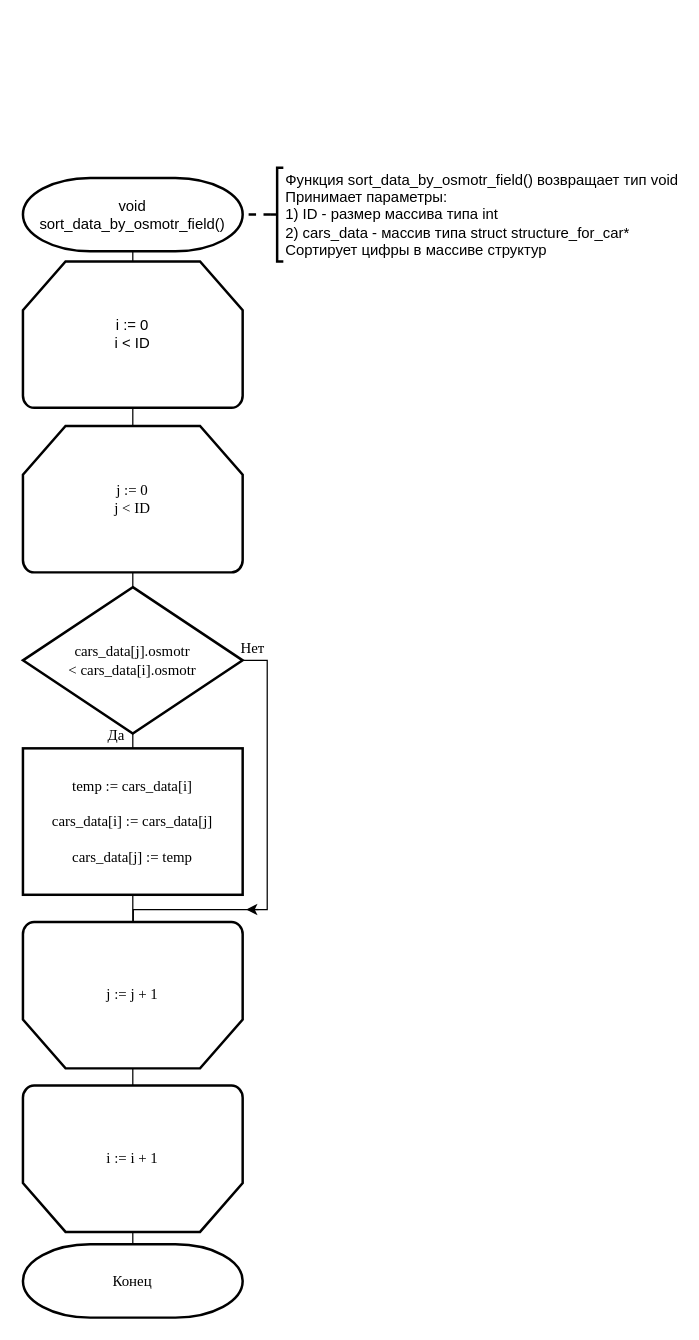
Above: labs/11/13/src/lab/menu/sort_data/osmotr_field_sort/osmotr_field_sort.drawio in bstu-ps4/bstu-oaip (draw.io), before the change. Source tidied: cells renumbered, new cells numbered last; positions are measured from the earlier drawing's top-left corner, leaving out a move shared by most shapes. Both pictures are drawn from the tidied source at 124%, with x=0, y=0 at pixel (22, 167).
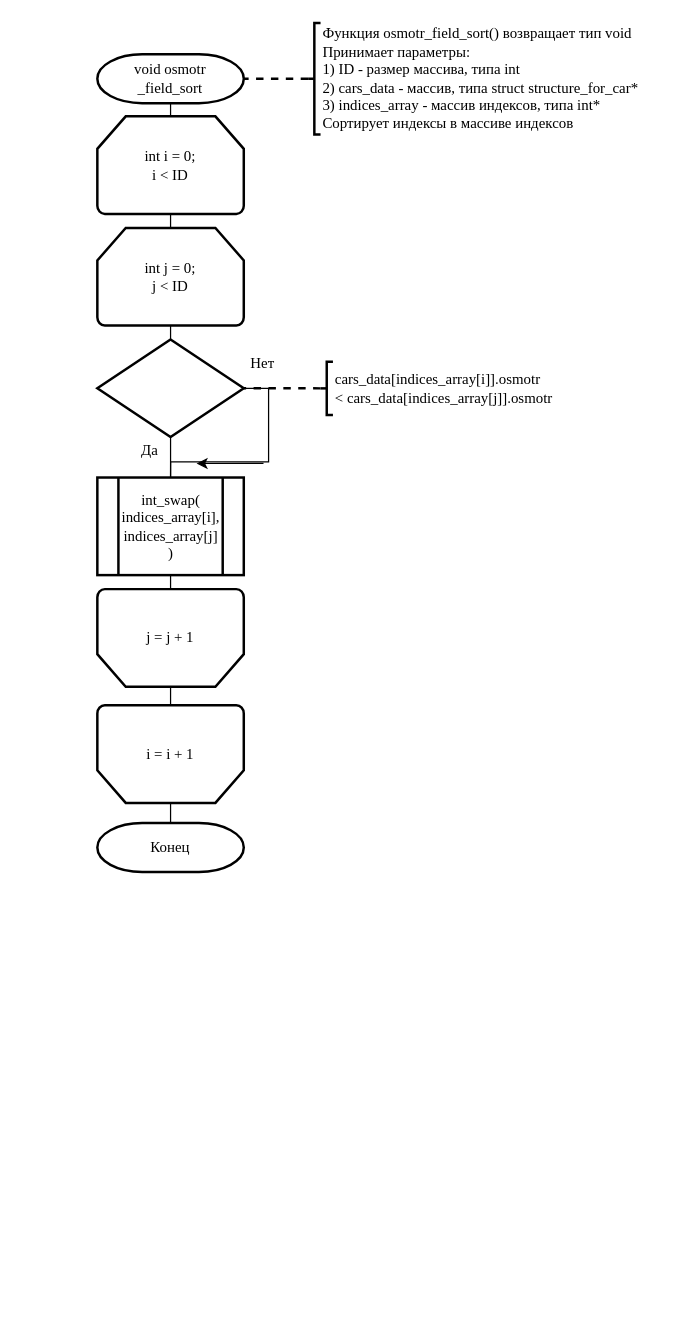
The same diagram, later.

Change to the diagram source:
```diff
@@
-    <mxCell id="2" style="edgeStyle=orthogonalEdgeStyle;rounded=0;jettySize=auto;html=1;exitX=0.5;exitY=1;exitDx=0;exitDy=0;exitPerimeter=0;entryX=0.5;entryY=0;entryDx=0;entryDy=0;entryPerimeter=0;endArrow=none;endFill=0;" parent="1" edge="1" source="3" target="8">
-      <mxGeometry relative="1" as="geometry" />
-    </mxCell>
-    <mxCell id="3" value="void &lt;br&gt;sort_data_by_osmotr_field()" style="strokeWidth=2;html=1;shape=mxgraph.flowchart.terminator;whiteSpace=wrap;" parent="1" vertex="1">
-      <mxGeometry y="8" width="177.2" height="59.1" as="geometry" />
-    </mxCell>
-    <mxCell id="4" value="&lt;font face=&quot;Times New Roman&quot;&gt;Конец&lt;/font&gt;" style="strokeWidth=2;html=1;shape=mxgraph.flowchart.terminator;whiteSpace=wrap;" parent="1" vertex="1">
-      <mxGeometry y="868" width="177.2" height="59.1" as="geometry" />
-    </mxCell>
-    <mxCell id="5" style="edgeStyle=orthogonalEdgeStyle;rounded=0;jettySize=auto;html=1;exitX=0;exitY=0.5;exitDx=0;exitDy=0;exitPerimeter=0;entryX=1;entryY=0.5;entryDx=0;entryDy=0;entryPerimeter=0;endArrow=none;endFill=0;dashed=1;strokeWidth=2;" parent="1" edge="1" source="6" target="3">
-      <mxGeometry relative="1" as="geometry" />
-    </mxCell>
-    <mxCell id="6" value="Функция&amp;nbsp;&lt;span style=&quot;text-align: center&quot;&gt;sort_data_by_osmotr_field() возвращает тип void&lt;br&gt;Принимает параметры:&lt;br&gt;1) ID - размер массива типа int&lt;br&gt;2) cars_data - массив типа struct structure_for_car*&lt;/span&gt;&lt;span style=&quot;text-align: center&quot;&gt;&lt;br&gt;&lt;/span&gt;&lt;span style=&quot;text-align: center&quot;&gt;Сортирует цифры в массиве структур&lt;br&gt;&lt;/span&gt;" style="strokeWidth=2;html=1;shape=mxgraph.flowchart.annotation_2;align=left;labelPosition=right;rounded=0;" parent="1" vertex="1">
-      <mxGeometry x="200" y="-0.3" width="10" height="75.6" as="geometry" />
-    </mxCell>
-    <mxCell id="7" style="edgeStyle=orthogonalEdgeStyle;rounded=0;jettySize=auto;html=1;exitX=0.5;exitY=1;exitDx=0;exitDy=0;exitPerimeter=0;entryX=0.5;entryY=0;entryDx=0;entryDy=0;entryPerimeter=0;endArrow=none;endFill=0;" parent="1" edge="1" source="8" target="10">
-      <mxGeometry relative="1" as="geometry" />
-    </mxCell>
-    <mxCell id="8" value="i := 0&lt;br&gt;i &amp;lt; ID" style="strokeWidth=2;html=1;shape=mxgraph.flowchart.loop_limit;whiteSpace=wrap;" parent="1" vertex="1">
-      <mxGeometry y="75.3" width="177.2" height="118.1" as="geometry" />
-    </mxCell>
-    <mxCell id="9" style="edgeStyle=orthogonalEdgeStyle;rounded=0;jettySize=auto;html=1;exitX=0.5;exitY=1;exitDx=0;exitDy=0;exitPerimeter=0;entryX=0.5;entryY=0;entryDx=0;entryDy=0;entryPerimeter=0;endArrow=none;endFill=0;" parent="1" edge="1" source="10" target="13">
-      <mxGeometry relative="1" as="geometry" />
-    </mxCell>
-    <mxCell id="10" value="&lt;font face=&quot;Times New Roman&quot;&gt;j := 0&lt;br&gt;j &amp;lt; ID&lt;/font&gt;" style="strokeWidth=2;html=1;shape=mxgraph.flowchart.loop_limit;whiteSpace=wrap;" parent="1" vertex="1">
-      <mxGeometry y="208" width="177.2" height="118.1" as="geometry" />
-    </mxCell>
-    <mxCell id="11" style="edgeStyle=orthogonalEdgeStyle;rounded=0;jettySize=auto;html=1;exitX=0.5;exitY=1;exitDx=0;exitDy=0;exitPerimeter=0;entryX=0.5;entryY=0;entryDx=0;entryDy=0;endArrow=none;endFill=0;" parent="1" edge="1" source="13" target="15">
-      <mxGeometry relative="1" as="geometry" />
-    </mxCell>
-    <mxCell id="12" style="edgeStyle=orthogonalEdgeStyle;rounded=0;jettySize=auto;html=1;exitX=1;exitY=0.5;exitDx=0;exitDy=0;exitPerimeter=0;endArrow=none;endFill=0;" parent="1" edge="1" source="13" target="19">
-      <mxGeometry relative="1" as="geometry">
-        <Array as="points">
-          <mxPoint x="197" y="397" />
-          <mxPoint x="197" y="598" />
-          <mxPoint x="89" y="598" />
-        </Array>
-      </mxGeometry>
-    </mxCell>
-    <mxCell id="13" value="&lt;font face=&quot;Times New Roman&quot;&gt;cars_data[j].osmotr &lt;br&gt;&amp;lt; cars_data[i].osmotr&lt;/font&gt;" style="strokeWidth=2;html=1;shape=mxgraph.flowchart.decision;whiteSpace=wrap;" parent="1" vertex="1">
-      <mxGeometry y="338" width="177.2" height="118.1" as="geometry" />
-    </mxCell>
-    <mxCell id="14" style="edgeStyle=orthogonalEdgeStyle;rounded=0;jettySize=auto;html=1;exitX=0.5;exitY=1;exitDx=0;exitDy=0;entryX=0.5;entryY=1;entryDx=0;entryDy=0;entryPerimeter=0;endArrow=none;endFill=0;" parent="1" edge="1" source="15" target="19">
-      <mxGeometry relative="1" as="geometry" />
-    </mxCell>
-    <mxCell id="15" value="&lt;font face=&quot;Times New Roman&quot;&gt;temp := cars_data[i]&lt;br&gt;&lt;br&gt;cars_data[i] := cars_data[j]&lt;br&gt;&lt;br&gt;cars_data[j] := temp&lt;/font&gt;" style="rounded=0;whiteSpace=wrap;html=1;absoluteArcSize=1;arcSize=14;strokeWidth=2;" parent="1" vertex="1">
-      <mxGeometry y="468" width="177.2" height="118.1" as="geometry" />
-    </mxCell>
+    <mxCell id="23" style="edgeStyle=orthogonalEdgeStyle;rounded=0;jettySize=auto;html=1;exitX=0.5;exitY=1;exitDx=0;exitDy=0;exitPerimeter=0;entryX=0.5;entryY=0;entryDx=0;entryDy=0;entryPerimeter=0;endArrow=none;endFill=0;strokeWidth=1;fontFamily=Times New Roman;" parent="1" edge="1" source="24" target="26">
+      <mxGeometry relative="1" as="geometry" />
+    </mxCell>
+    <mxCell id="24" value="&lt;font face=&quot;Times New Roman&quot;&gt;void osmotr&lt;br&gt;_field_sort&lt;/font&gt;" style="strokeWidth=2;html=1;shape=mxgraph.flowchart.terminator;whiteSpace=wrap;" parent="1" vertex="1">
+      <mxGeometry x="60" y="-91.7" width="118.1" height="39.4" as="geometry" />
+    </mxCell>
+    <mxCell id="25" style="edgeStyle=orthogonalEdgeStyle;rounded=0;jettySize=auto;html=1;exitX=0.5;exitY=1;exitDx=0;exitDy=0;exitPerimeter=0;entryX=0.5;entryY=0;entryDx=0;entryDy=0;entryPerimeter=0;endArrow=none;endFill=0;strokeWidth=1;fontFamily=Times New Roman;" parent="1" edge="1" source="26" target="28">
+      <mxGeometry relative="1" as="geometry" />
+    </mxCell>
+    <mxCell id="26" value="&lt;font face=&quot;Times New Roman&quot;&gt;int i = 0;&lt;br&gt;i &amp;lt; ID&lt;/font&gt;" style="strokeWidth=2;html=1;shape=mxgraph.flowchart.loop_limit;whiteSpace=wrap;" parent="1" vertex="1">
+      <mxGeometry x="60" y="-41.7" width="118.1" height="78.7" as="geometry" />
+    </mxCell>
+    <mxCell id="27" style="edgeStyle=orthogonalEdgeStyle;rounded=0;jettySize=auto;html=1;exitX=0.5;exitY=1;exitDx=0;exitDy=0;exitPerimeter=0;entryX=0.5;entryY=0;entryDx=0;entryDy=0;entryPerimeter=0;fontFamily=Times New Roman;endArrow=none;endFill=0;" parent="1" edge="1" source="28" target="31">
+      <mxGeometry relative="1" as="geometry" />
+    </mxCell>
+    <mxCell id="28" value="int j = 0;&lt;br&gt;j &amp;lt; ID" style="strokeWidth=2;html=1;shape=mxgraph.flowchart.loop_limit;whiteSpace=wrap;fontFamily=Times New Roman;" parent="1" vertex="1">
+      <mxGeometry x="60" y="48.3" width="118.1" height="78.7" as="geometry" />
+    </mxCell>
+    <mxCell id="29" style="edgeStyle=orthogonalEdgeStyle;rounded=0;jettySize=auto;html=1;exitX=1;exitY=0.5;exitDx=0;exitDy=0;exitPerimeter=0;entryX=0.5;entryY=0;entryDx=0;entryDy=0;endArrow=none;endFill=0;fontFamily=Times New Roman;" parent="1" edge="1" source="31" target="39">
+      <mxGeometry relative="1" as="geometry" />
+    </mxCell>
+    <mxCell id="30" style="edgeStyle=orthogonalEdgeStyle;rounded=0;jettySize=auto;html=1;exitX=0.5;exitY=1;exitDx=0;exitDy=0;exitPerimeter=0;entryX=0.5;entryY=0;entryDx=0;entryDy=0;endArrow=none;endFill=0;fontFamily=Times New Roman;" parent="1" edge="1" source="31" target="39">
+      <mxGeometry relative="1" as="geometry" />
+    </mxCell>
+    <mxCell id="31" style="strokeWidth=2;html=1;shape=mxgraph.flowchart.decision;whiteSpace=wrap;" parent="1" vertex="1">
+      <mxGeometry x="60" y="138.3" width="118.1" height="78.7" as="geometry" />
+    </mxCell>
+    <mxCell id="32" style="edgeStyle=orthogonalEdgeStyle;rounded=0;jettySize=auto;html=1;exitX=0;exitY=0.5;exitDx=0;exitDy=0;exitPerimeter=0;entryX=1;entryY=0.5;entryDx=0;entryDy=0;entryPerimeter=0;endArrow=none;endFill=0;fontFamily=Times New Roman;dashed=1;strokeWidth=2;" parent="1" edge="1" source="33" target="31">
+      <mxGeometry relative="1" as="geometry" />
+    </mxCell>
+    <mxCell id="33" value="&lt;span style=&quot;text-align: center&quot;&gt;cars_data[indices_array[i]].osmotr&lt;br&gt;&amp;lt; cars_data[indices_array[j]].osmotr&lt;/span&gt;" style="strokeWidth=2;html=1;shape=mxgraph.flowchart.annotation_2;align=left;labelPosition=right;fontFamily=Times New Roman;" parent="1" vertex="1">
+      <mxGeometry x="240" y="156.2" width="10" height="43" as="geometry" />
+    </mxCell>
+    <mxCell id="34" style="edgeStyle=orthogonalEdgeStyle;rounded=0;jettySize=auto;html=1;exitX=0.5;exitY=0;exitDx=0;exitDy=0;exitPerimeter=0;entryX=0.5;entryY=1;entryDx=0;entryDy=0;entryPerimeter=0;endArrow=none;endFill=0;fontFamily=Times New Roman;" parent="1" edge="1" source="35" target="37">
+      <mxGeometry relative="1" as="geometry" />
+    </mxCell>
+    <mxCell id="35" value="&lt;font face=&quot;Times New Roman&quot;&gt;j = j + 1&lt;/font&gt;" style="strokeWidth=2;html=1;shape=mxgraph.flowchart.loop_limit;whiteSpace=wrap;flipV=1;" parent="1" vertex="1">
+      <mxGeometry x="60" y="339.6" width="118.1" height="78.7" as="geometry" />
+    </mxCell>
+    <mxCell id="36" style="edgeStyle=orthogonalEdgeStyle;rounded=0;jettySize=auto;html=1;exitX=0.5;exitY=0;exitDx=0;exitDy=0;exitPerimeter=0;entryX=0.5;entryY=0;entryDx=0;entryDy=0;entryPerimeter=0;endArrow=none;endFill=0;strokeWidth=1;fontFamily=Times New Roman;" parent="1" edge="1" source="37" target="4">
+      <mxGeometry relative="1" as="geometry" />
+    </mxCell>
+    <mxCell id="37" value="i = i + 1" style="strokeWidth=2;html=1;shape=mxgraph.flowchart.loop_limit;whiteSpace=wrap;fontFamily=Times New Roman;flipV=1;" parent="1" vertex="1">
+      <mxGeometry x="60" y="433.3" width="118.1" height="78.7" as="geometry" />
+    </mxCell>
+    <mxCell id="38" style="edgeStyle=orthogonalEdgeStyle;rounded=0;jettySize=auto;html=1;exitX=0.5;exitY=1;exitDx=0;exitDy=0;entryX=0.5;entryY=1;entryDx=0;entryDy=0;entryPerimeter=0;endArrow=none;endFill=0;fontFamily=Times New Roman;" parent="1" edge="1" source="39" target="35">
+      <mxGeometry relative="1" as="geometry" />
+    </mxCell>
+    <mxCell id="39" value="int_swap(&lt;br&gt;indices_array[i],&lt;br&gt;indices_array[j]&lt;br&gt;)" style="verticalLabelPosition=middle;verticalAlign=middle;html=1;shape=process;whiteSpace=wrap;rounded=0;size=0.14;arcSize=6;fontFamily=Times New Roman;strokeWidth=2;labelPosition=center;align=center;" parent="1" vertex="1">
+      <mxGeometry x="60" y="249.6" width="118.1" height="78.7" as="geometry" />
+    </mxCell>
-    <mxCell id="16" value="&lt;font face=&quot;Times New Roman&quot;&gt;Нет&lt;/font&gt;" style="text;html=1;align=center;verticalAlign=middle;" parent="1" vertex="1">
-      <mxGeometry x="170" y="378" width="30" height="20" as="geometry" />
+    <mxCell id="16" value="Нет" style="text;html=1;align=center;verticalAlign=middle;fontFamily=Times New Roman;" parent="1" vertex="1">
+      <mxGeometry x="178.1" y="148.3" width="30" height="20" as="geometry" />
     </mxCell>
-    <mxCell id="17" value="&lt;font face=&quot;Times New Roman&quot;&gt;Да&lt;/font&gt;" style="text;html=1;align=center;verticalAlign=middle;" parent="1" vertex="1">
-      <mxGeometry x="60" y="448" width="30" height="20" as="geometry" />
+    <mxCell id="17" value="Да" style="text;html=1;align=center;verticalAlign=middle;fontFamily=Times New Roman;" parent="1" vertex="1">
+      <mxGeometry x="87" y="218.2" width="30" height="20" as="geometry" />
     </mxCell>
-    <mxCell id="18" style="edgeStyle=orthogonalEdgeStyle;rounded=0;jettySize=auto;html=1;exitX=0.5;exitY=0;exitDx=0;exitDy=0;exitPerimeter=0;entryX=0.5;entryY=1;entryDx=0;entryDy=0;entryPerimeter=0;endArrow=none;endFill=0;" parent="1" edge="1" source="19" target="21">
-      <mxGeometry relative="1" as="geometry" />
-    </mxCell>
-    <mxCell id="19" value="&lt;font face=&quot;Times New Roman&quot;&gt;j := j + 1&lt;/font&gt;" style="strokeWidth=2;html=1;shape=mxgraph.flowchart.loop_limit;whiteSpace=wrap;flipV=1;" parent="1" vertex="1">
-      <mxGeometry y="608" width="177.2" height="118.1" as="geometry" />
-    </mxCell>
-    <mxCell id="20" style="edgeStyle=orthogonalEdgeStyle;rounded=0;jettySize=auto;html=1;exitX=0.5;exitY=0;exitDx=0;exitDy=0;exitPerimeter=0;entryX=0.5;entryY=0;entryDx=0;entryDy=0;entryPerimeter=0;endArrow=none;endFill=0;" parent="1" edge="1" source="21" target="4">
-      <mxGeometry relative="1" as="geometry" />
-    </mxCell>
-    <mxCell id="21" value="&lt;font face=&quot;Times New Roman&quot;&gt;i := i + 1&lt;/font&gt;" style="strokeWidth=2;html=1;shape=mxgraph.flowchart.loop_limit;whiteSpace=wrap;flipV=1;" parent="1" vertex="1">
-      <mxGeometry y="739.9" width="177.2" height="118.1" as="geometry" />
-    </mxCell>
-    <mxCell id="22" style="endArrow=classic;html=1;" parent="1" edge="1">
-      <mxGeometry relative="1" as="geometry">
-        <mxPoint x="190" y="598" as="sourcePoint" />
-        <mxPoint x="180" y="598" as="targetPoint" />
-      </mxGeometry>
-    </mxCell>
+    <mxCell id="40" style="edgeStyle=orthogonalEdgeStyle;rounded=0;jettySize=auto;html=1;exitX=0;exitY=0.5;exitDx=0;exitDy=0;exitPerimeter=0;entryX=1;entryY=0.5;entryDx=0;entryDy=0;entryPerimeter=0;dashed=1;endArrow=none;endFill=0;strokeWidth=2;fontFamily=Times New Roman;" parent="1" edge="1" source="41" target="24">
+      <mxGeometry relative="1" as="geometry" />
+    </mxCell>
+    <mxCell id="41" value="Функция osmotr_field_sort() возвращает тип void&lt;br&gt;Принимает параметры:&lt;br&gt;1) ID - размер массива, типа int&lt;br&gt;2) cars_data - массив, типа struct structure_for_car*&lt;br&gt;3) indices_array - массив индексов, типа int*&lt;br&gt;Сортирует индексы в массиве индексов" style="strokeWidth=2;html=1;shape=mxgraph.flowchart.annotation_2;align=left;labelPosition=right;rounded=0;fontFamily=Times New Roman;" parent="1" vertex="1">
+      <mxGeometry x="230" y="-117" width="10" height="90" as="geometry" />
+    </mxCell>
+    <mxCell id="42" style="endArrow=classic;html=1;strokeWidth=1;fontFamily=Times New Roman;" parent="1" edge="1">
+      <mxGeometry relative="1" as="geometry">
+        <mxPoint x="194" y="238.2" as="sourcePoint" />
+        <mxPoint x="140" y="238.3" as="targetPoint" />
+      </mxGeometry>
+    </mxCell>
+    <mxCell id="4" value="&lt;font face=&quot;Times New Roman&quot;&gt;Конец&lt;/font&gt;" style="strokeWidth=2;html=1;shape=mxgraph.flowchart.terminator;whiteSpace=wrap;" parent="1" vertex="1">
+      <mxGeometry x="60" y="528.3" width="118.1" height="39.4" as="geometry" />
+    </mxCell>
```
